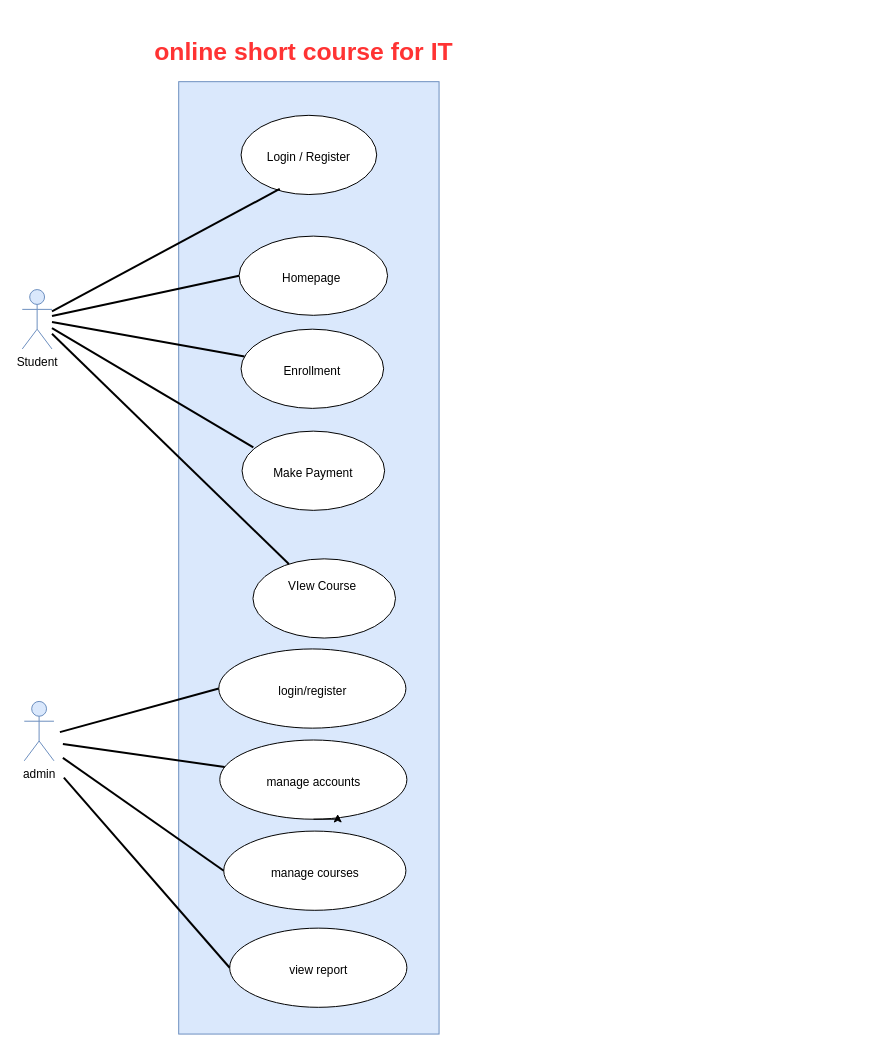
Earlier version of the draw.io diagram usecase.drawio (Sovannrathh/short-course). Source tidied: cells renumbered, new cells numbered last; positions are measured from the earlier drawing's top-left corner, leaving out a move shared by most shapes. Both pictures are drawn from the tidied source at 99%, with x=0, y=0 at pixel (22, 17).
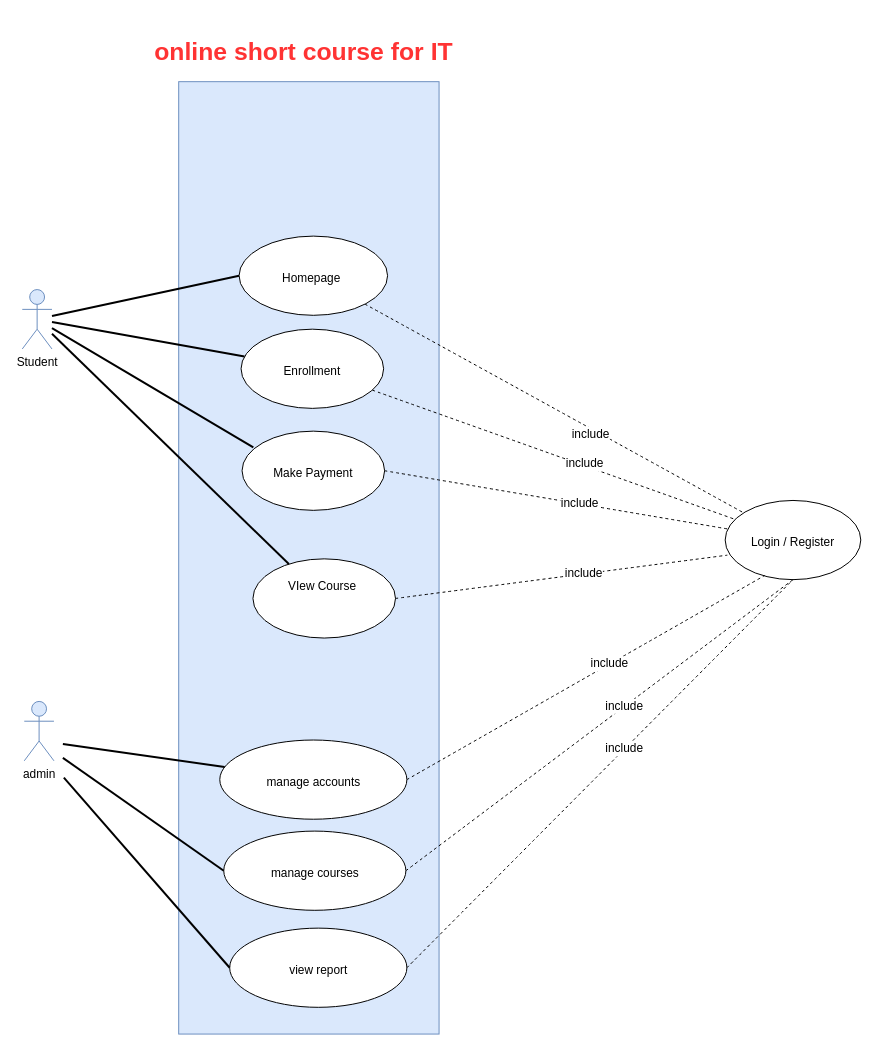
The same diagram, later.

Unchanged cells that the change refers to:
```xml
<mxCell id="3" value="Student" style="shape=umlActor;verticalLabelPosition=bottom;verticalAlign=top;html=1;outlineConnect=0;fillColor=#dae8fc;strokeColor=#6c8ebf;" parent="1" vertex="1">
  <mxGeometry y="275" width="30" height="60" as="geometry" />
</mxCell>
<mxCell id="6" value="&lt;div&gt;&lt;br&gt;&lt;/div&gt;&lt;div&gt;&lt;br&gt;&lt;/div&gt;Enrollment" style="ellipse;whiteSpace=wrap;html=1;verticalAlign=top;" parent="1" vertex="1">
  <mxGeometry x="221" y="315" width="144" height="80" as="geometry" />
</mxCell>
<mxCell id="7" value="&lt;div&gt;&lt;br&gt;&lt;/div&gt;&lt;div&gt;&lt;br&gt;&lt;/div&gt;Homepage&amp;nbsp;" style="ellipse;whiteSpace=wrap;html=1;verticalAlign=top;" parent="1" vertex="1">
  <mxGeometry x="219" y="221" width="150" height="80" as="geometry" />
</mxCell>
<mxCell id="8" value="&lt;div&gt;&lt;br&gt;&lt;/div&gt;&lt;div&gt;&lt;br&gt;&lt;/div&gt;manage accounts" style="ellipse;whiteSpace=wrap;html=1;verticalAlign=top;" parent="1" vertex="1">
  <mxGeometry x="199.5" y="730" width="189" height="80" as="geometry" />
</mxCell>
<mxCell id="9" value="&lt;div&gt;&lt;br&gt;&lt;/div&gt;&lt;div&gt;&lt;br&gt;&lt;/div&gt;manage courses" style="ellipse;whiteSpace=wrap;html=1;verticalAlign=top;" parent="1" vertex="1">
  <mxGeometry x="203.5" y="822" width="184" height="80" as="geometry" />
</mxCell>
<mxCell id="10" value="&lt;div&gt;&lt;br&gt;&lt;/div&gt;&lt;div&gt;&lt;br&gt;&lt;/div&gt;view report" style="ellipse;whiteSpace=wrap;html=1;verticalAlign=top;" parent="1" vertex="1">
  <mxGeometry x="209.5" y="920" width="179" height="80" as="geometry" />
</mxCell>
<mxCell id="12" value="&lt;div&gt;&lt;br&gt;&lt;/div&gt;&lt;div&gt;&lt;span style=&quot;background-color: transparent; color: light-dark(rgb(0, 0, 0), rgb(255, 255, 255));&quot;&gt;&lt;br&gt;&lt;/span&gt;&lt;/div&gt;&lt;div&gt;&lt;span style=&quot;background-color: transparent; color: light-dark(rgb(0, 0, 0), rgb(255, 255, 255));&quot;&gt;Make Payment&lt;/span&gt;&lt;/div&gt;" style="ellipse;whiteSpace=wrap;html=1;verticalAlign=top;" parent="1" vertex="1">
  <mxGeometry x="222" y="418" width="144" height="80" as="geometry" />
</mxCell>
<mxCell id="13" value="&lt;div&gt;&lt;br&gt;&lt;/div&gt;&lt;div&gt;&lt;span style=&quot;background-color: transparent; color: light-dark(rgb(0, 0, 0), rgb(255, 255, 255));&quot;&gt;VIew Course&amp;nbsp;&lt;/span&gt;&lt;/div&gt;" style="ellipse;whiteSpace=wrap;html=1;verticalAlign=top;" parent="1" vertex="1">
  <mxGeometry x="233" y="547" width="144" height="80" as="geometry" />
</mxCell>
```

What changed in the source:
```diff
@@
     <mxCell id="5" value="&lt;div&gt;&lt;br&gt;&lt;/div&gt;&lt;div&gt;&lt;br&gt;&lt;/div&gt;&lt;div&gt;Login / Register&lt;/div&gt;" style="ellipse;whiteSpace=wrap;html=1;verticalAlign=top;" parent="1" vertex="1">
-      <mxGeometry x="221" y="99" width="137" height="80" as="geometry" />
+      <mxGeometry x="710" y="488" width="137" height="80" as="geometry" />
     </mxCell>
@@
-    <mxCell id="11" style="endArrow=none;html=1;rounded=0;fontSize=12;startSize=8;endSize=8;curved=1;strokeWidth=2;entryX=0.285;entryY=0.93;entryDx=0;entryDy=0;entryPerimeter=0;" parent="1" edge="1" source="3" target="5">
-      <mxGeometry relative="1" as="geometry" />
-    </mxCell>
@@
-    <mxCell id="18" value="&lt;div&gt;&lt;br&gt;&lt;/div&gt;&lt;div&gt;&lt;span style=&quot;background-color: transparent; color: light-dark(rgb(0, 0, 0), rgb(255, 255, 255));&quot;&gt;&lt;br&gt;&lt;/span&gt;&lt;/div&gt;&lt;div&gt;&lt;span style=&quot;background-color: transparent; color: light-dark(rgb(0, 0, 0), rgb(255, 255, 255));&quot;&gt;login/register&lt;/span&gt;&lt;/div&gt;" style="ellipse;whiteSpace=wrap;html=1;verticalAlign=top;" parent="1" vertex="1">
-      <mxGeometry x="198.5" y="638" width="189" height="80" as="geometry" />
-    </mxCell>
-    <mxCell id="19" style="endArrow=none;html=1;rounded=0;fontSize=12;startSize=8;endSize=8;curved=1;strokeWidth=2;entryX=0;entryY=0.5;entryDx=0;entryDy=0;" parent="1" edge="1" target="18">
-      <mxGeometry relative="1" as="geometry">
-        <mxPoint x="38" y="722" as="sourcePoint" />
-      </mxGeometry>
-    </mxCell>
@@
-    <mxCell id="23" style="edgeStyle=orthogonalEdgeStyle;rounded=0;orthogonalLoop=1;jettySize=auto;html=1;exitX=0.5;exitY=1;exitDx=0;exitDy=0;entryX=0.63;entryY=0.934;entryDx=0;entryDy=0;entryPerimeter=0;" parent="1" edge="1" source="8" target="8">
-      <mxGeometry relative="1" as="geometry" />
-    </mxCell>
@@
+    <mxCell id="25" style="endArrow=none;dashed=1;html=1;rounded=0;fontSize=12;startSize=8;endSize=8;curved=1;" parent="1" edge="1" source="7" target="5">
+      <mxGeometry relative="1" as="geometry" />
+    </mxCell>
+    <mxCell id="26" value="include" style="edgeLabel;html=1;align=center;verticalAlign=middle;fontSize=12;" parent="25" vertex="1">
+      <mxGeometry x="0.2" y="-4" relative="1" as="geometry">
+        <mxPoint y="1" as="offset" />
+      </mxGeometry>
+    </mxCell>
+    <mxCell id="27" style="endArrow=none;dashed=1;html=1;rounded=0;fontSize=12;startSize=8;endSize=8;curved=1;" parent="1" edge="1" source="6" target="5">
+      <mxGeometry relative="1" as="geometry" />
+    </mxCell>
+    <mxCell id="28" value="include" style="edgeLabel;html=1;align=center;verticalAlign=middle;fontSize=12;" parent="27" vertex="1">
+      <mxGeometry x="0.16" y="2" relative="1" as="geometry" />
+    </mxCell>
+    <mxCell id="29" style="endArrow=none;dashed=1;html=1;rounded=0;fontSize=12;startSize=8;endSize=8;curved=1;exitX=1;exitY=0.5;exitDx=0;exitDy=0;" parent="1" edge="1" source="12" target="5">
+      <mxGeometry relative="1" as="geometry" />
+    </mxCell>
+    <mxCell id="30" value="include" style="edgeLabel;html=1;align=center;verticalAlign=middle;fontSize=12;" parent="29" vertex="1">
+      <mxGeometry x="0.13" y="1" relative="1" as="geometry" />
+    </mxCell>
+    <mxCell id="31" style="endArrow=none;dashed=1;html=1;rounded=0;fontSize=12;startSize=8;endSize=8;curved=1;exitX=1;exitY=0.5;exitDx=0;exitDy=0;entryX=0.016;entryY=0.691;entryDx=0;entryDy=0;entryPerimeter=0;" parent="1" edge="1" source="13" target="5">
+      <mxGeometry relative="1" as="geometry" />
+    </mxCell>
+    <mxCell id="32" value="include" style="edgeLabel;html=1;align=center;verticalAlign=middle;fontSize=12;" parent="31" vertex="1">
+      <mxGeometry x="0.13" y="1" relative="1" as="geometry" />
+    </mxCell>
+    <mxCell id="33" style="endArrow=none;dashed=1;html=1;rounded=0;fontSize=12;startSize=8;endSize=8;curved=1;exitX=1;exitY=0.5;exitDx=0;exitDy=0;entryX=0.291;entryY=0.948;entryDx=0;entryDy=0;entryPerimeter=0;" parent="1" edge="1" source="8" target="5">
+      <mxGeometry relative="1" as="geometry" />
+    </mxCell>
+    <mxCell id="34" value="include" style="edgeLabel;html=1;align=center;verticalAlign=middle;fontSize=12;" parent="33" vertex="1">
+      <mxGeometry x="0.13" y="1" relative="1" as="geometry" />
+    </mxCell>
+    <mxCell id="35" style="endArrow=none;dashed=1;html=1;rounded=0;fontSize=12;startSize=8;endSize=8;curved=1;exitX=1;exitY=0.5;exitDx=0;exitDy=0;entryX=0.5;entryY=1;entryDx=0;entryDy=0;" parent="1" edge="1" source="9" target="5">
+      <mxGeometry relative="1" as="geometry" />
+    </mxCell>
+    <mxCell id="36" value="include" style="edgeLabel;html=1;align=center;verticalAlign=middle;fontSize=12;" parent="35" vertex="1">
+      <mxGeometry x="0.13" y="1" relative="1" as="geometry" />
+    </mxCell>
+    <mxCell id="37" style="endArrow=none;dashed=1;html=1;rounded=0;fontSize=12;startSize=8;endSize=8;curved=1;exitX=1;exitY=0.5;exitDx=0;exitDy=0;entryX=0.5;entryY=1;entryDx=0;entryDy=0;" parent="1" edge="1" source="10" target="5">
+      <mxGeometry relative="1" as="geometry" />
+    </mxCell>
+    <mxCell id="38" value="include" style="edgeLabel;html=1;align=center;verticalAlign=middle;fontSize=12;" parent="37" vertex="1">
+      <mxGeometry x="0.13" y="1" relative="1" as="geometry" />
+    </mxCell>
```
